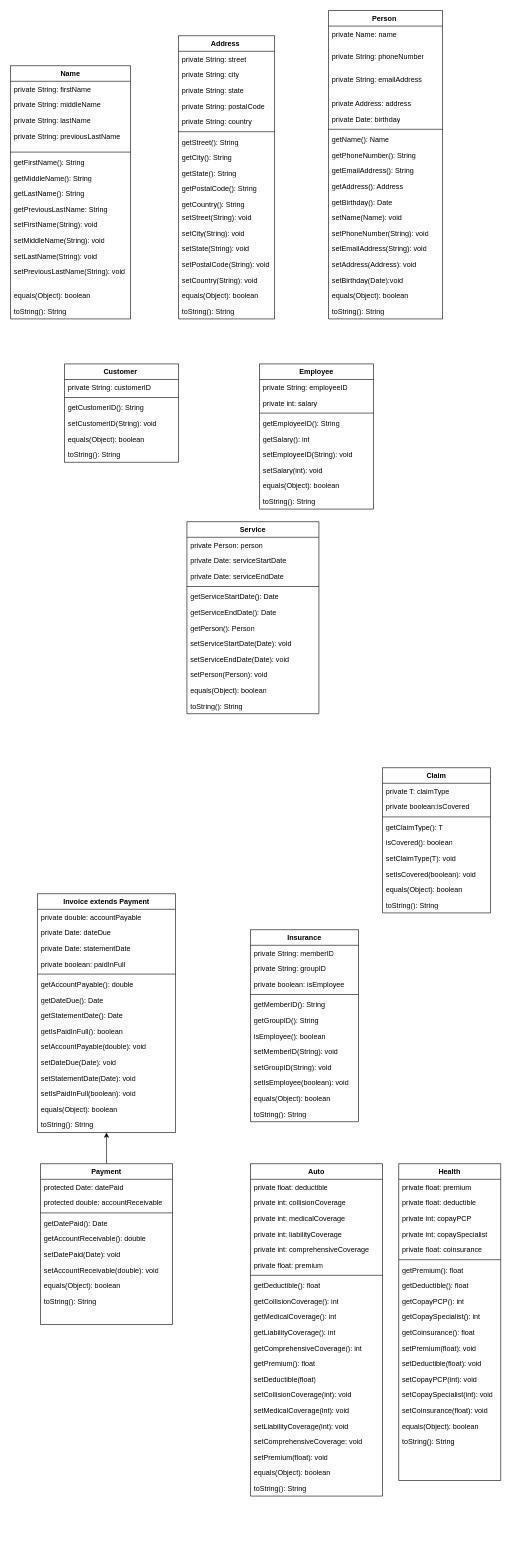
The draw.io diagram Documentation/InsuranceCompanyClassDiagram.drawio in asamczynski-solvd/InsuranceCompany, before the edit. Source tidied: cells renumbered, new cells numbered last; positions are measured from the earlier drawing's top-left corner, leaving out a move shared by most shapes. Both pictures are drawn from the tidied source at 60%, with x=0, y=0 at pixel (10, 10).
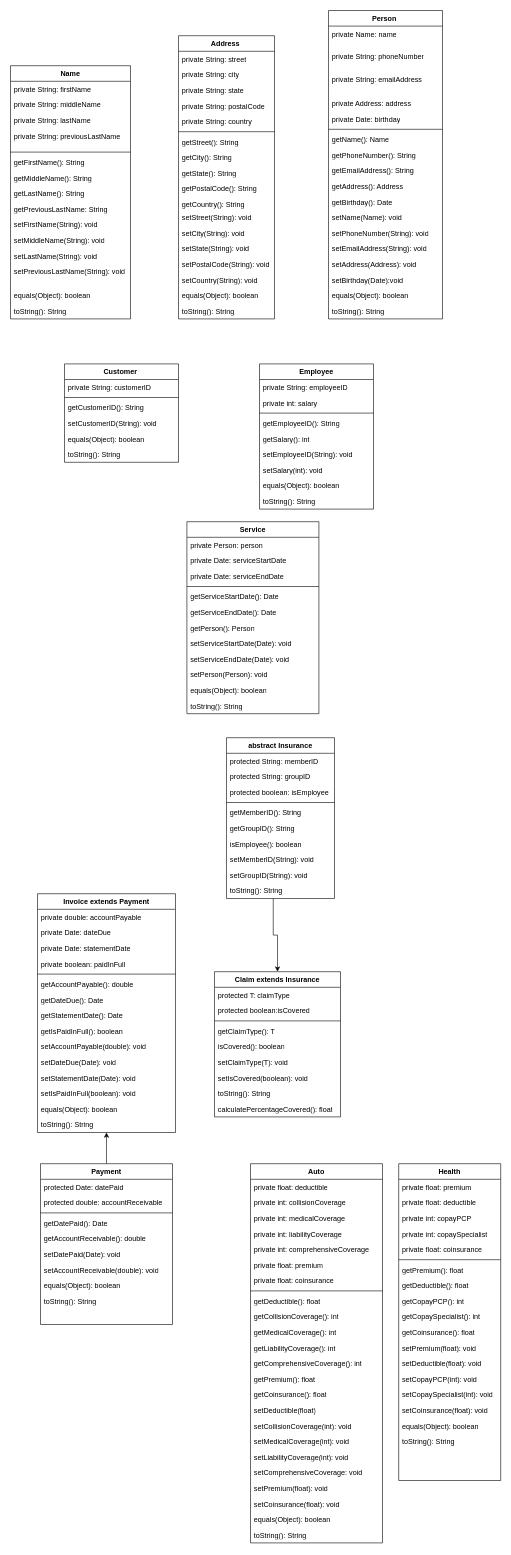
Above is the later version.

Commit message (it also covers changes not shown here):
Updated Auto, Claim, Insurance, UML and Main

What changed in the source:
```diff
@@
+    <mxCell id="180" style="edgeStyle=orthogonalEdgeStyle;rounded=0;jettySize=auto;html=1;exitX=0.433;exitY=1;exitDx=0;exitDy=0;exitPerimeter=0;" parent="1" edge="1" source="30" target="31">
+      <mxGeometry relative="1" as="geometry" />
+    </mxCell>
-    <mxCell id="18" value="Insurance" style="swimlane;fontStyle=1;align=center;verticalAlign=top;horizontal=1;startSize=26;whiteSpace=wrap;html=1;" parent="1" vertex="1">
-      <mxGeometry x="400" y="1532" width="180" height="320" as="geometry" />
+    <mxCell id="18" value="abstract Insurance" style="swimlane;fontStyle=1;align=center;verticalAlign=top;horizontal=1;startSize=26;whiteSpace=wrap;html=1;" parent="1" vertex="1">
+      <mxGeometry x="360" y="1212" width="180" height="268" as="geometry" />
     </mxCell>
-    <mxCell id="19" value="private String: memberID" style="text;strokeColor=none;fillColor=none;align=left;verticalAlign=top;spacingLeft=4;spacingRight=4;overflow=hidden;whiteSpace=wrap;html=1;" parent="18" vertex="1">
+    <mxCell id="19" value="protected String: memberID" style="text;strokeColor=none;fillColor=none;align=left;verticalAlign=top;spacingLeft=4;spacingRight=4;overflow=hidden;whiteSpace=wrap;html=1;" parent="18" vertex="1">
       <mxGeometry y="26" width="180" height="26" as="geometry" />
     </mxCell>
-    <mxCell id="20" value="private String: groupID" style="text;strokeColor=none;fillColor=none;align=left;verticalAlign=top;spacingLeft=4;spacingRight=4;overflow=hidden;whiteSpace=wrap;html=1;" parent="18" vertex="1">
+    <mxCell id="20" value="protected String: groupID" style="text;strokeColor=none;fillColor=none;align=left;verticalAlign=top;spacingLeft=4;spacingRight=4;overflow=hidden;whiteSpace=wrap;html=1;" parent="18" vertex="1">
       <mxGeometry y="52" width="180" height="26" as="geometry" />
     </mxCell>
-    <mxCell id="21" value="private boolean: isEmployee" style="text;strokeColor=none;fillColor=none;align=left;verticalAlign=top;spacingLeft=4;spacingRight=4;overflow=hidden;whiteSpace=wrap;html=1;" parent="18" vertex="1">
+    <mxCell id="21" value="protected boolean: isEmployee" style="text;strokeColor=none;fillColor=none;align=left;verticalAlign=top;spacingLeft=4;spacingRight=4;overflow=hidden;whiteSpace=wrap;html=1;" parent="18" vertex="1">
       <mxGeometry y="78" width="180" height="26" as="geometry" />
     </mxCell>
@@
-    <mxCell id="28" value="setIsEmployee(boolean): void" style="text;strokeColor=none;fillColor=none;align=left;verticalAlign=top;spacingLeft=4;spacingRight=4;overflow=hidden;whiteSpace=wrap;html=1;" parent="18" vertex="1">
-      <mxGeometry y="242" width="180" height="26" as="geometry" />
-    </mxCell>
-    <mxCell id="29" value="equals(Object): boolean" style="text;strokeColor=none;fillColor=none;align=left;verticalAlign=top;spacingLeft=4;spacingRight=4;overflow=hidden;whiteSpace=wrap;html=1;" parent="18" vertex="1">
-      <mxGeometry y="268" width="180" height="26" as="geometry" />
-    </mxCell>
     <mxCell id="30" value="toString(): String" style="text;strokeColor=none;fillColor=none;align=left;verticalAlign=top;spacingLeft=4;spacingRight=4;overflow=hidden;points=[[0,0.5],[1,0.5]];portConstraint=eastwest;whiteSpace=wrap;html=1;" parent="18" vertex="1">
-      <mxGeometry y="294" width="180" height="26" as="geometry" />
+      <mxGeometry y="242" width="180" height="26" as="geometry" />
     </mxCell>
-    <mxCell id="31" value="Claim" style="swimlane;fontStyle=1;align=center;verticalAlign=top;horizontal=1;startSize=26;whiteSpace=wrap;html=1;" parent="1" vertex="1">
-      <mxGeometry x="620" y="1262" width="180" height="242" as="geometry" />
+    <mxCell id="31" value="Claim extends Insurance" style="swimlane;fontStyle=1;align=center;verticalAlign=top;horizontal=1;startSize=26;whiteSpace=wrap;html=1;" parent="1" vertex="1">
+      <mxGeometry x="340" y="1602" width="210" height="242" as="geometry" />
     </mxCell>
-    <mxCell id="32" value="private T: claimType" style="text;strokeColor=none;fillColor=none;align=left;verticalAlign=top;spacingLeft=4;spacingRight=4;overflow=hidden;whiteSpace=wrap;html=1;" parent="31" vertex="1">
-      <mxGeometry y="26" width="180" height="26" as="geometry" />
+    <mxCell id="32" value="protected T: claimType" style="text;strokeColor=none;fillColor=none;align=left;verticalAlign=top;spacingLeft=4;spacingRight=4;overflow=hidden;whiteSpace=wrap;html=1;" parent="31" vertex="1">
+      <mxGeometry y="26" width="210" height="26" as="geometry" />
     </mxCell>
-    <mxCell id="33" value="private boolean:isCovered" style="text;strokeColor=none;fillColor=none;align=left;verticalAlign=top;spacingLeft=4;spacingRight=4;overflow=hidden;whiteSpace=wrap;html=1;" parent="31" vertex="1">
-      <mxGeometry y="52" width="180" height="26" as="geometry" />
+    <mxCell id="33" value="protected boolean:isCovered" style="text;strokeColor=none;fillColor=none;align=left;verticalAlign=top;spacingLeft=4;spacingRight=4;overflow=hidden;whiteSpace=wrap;html=1;" parent="31" vertex="1">
+      <mxGeometry y="52" width="210" height="26" as="geometry" />
     </mxCell>
     <mxCell id="34" style="line;strokeWidth=1;fillColor=none;align=left;verticalAlign=middle;spacingTop=-1;spacingLeft=3;spacingRight=3;labelPosition=right;strokeColor=inherit;" parent="31" vertex="1">
-      <mxGeometry y="78" width="180" height="8" as="geometry" />
+      <mxGeometry y="78" width="210" height="8" as="geometry" />
     </mxCell>
     <mxCell id="35" value="getClaimType(): T" style="text;strokeColor=none;fillColor=none;align=left;verticalAlign=top;spacingLeft=4;spacingRight=4;overflow=hidden;whiteSpace=wrap;html=1;" parent="31" vertex="1">
-      <mxGeometry y="86" width="180" height="26" as="geometry" />
+      <mxGeometry y="86" width="210" height="26" as="geometry" />
     </mxCell>
     <mxCell id="36" value="isCovered(): boolean" style="text;strokeColor=none;fillColor=none;align=left;verticalAlign=top;spacingLeft=4;spacingRight=4;overflow=hidden;whiteSpace=wrap;html=1;" parent="31" vertex="1">
-      <mxGeometry y="112" width="180" height="26" as="geometry" />
+      <mxGeometry y="112" width="210" height="26" as="geometry" />
     </mxCell>
     <mxCell id="37" value="setClaimType(T): void" style="text;strokeColor=none;fillColor=none;align=left;verticalAlign=top;spacingLeft=4;spacingRight=4;overflow=hidden;whiteSpace=wrap;html=1;" parent="31" vertex="1">
-      <mxGeometry y="138" width="180" height="26" as="geometry" />
+      <mxGeometry y="138" width="210" height="26" as="geometry" />
     </mxCell>
     <mxCell id="38" value="setIsCovered(boolean): void" style="text;strokeColor=none;fillColor=none;align=left;verticalAlign=top;spacingLeft=4;spacingRight=4;overflow=hidden;whiteSpace=wrap;html=1;" parent="31" vertex="1">
-      <mxGeometry y="164" width="180" height="26" as="geometry" />
+      <mxGeometry y="164" width="210" height="26" as="geometry" />
     </mxCell>
-    <mxCell id="39" value="equals(Object): boolean" style="text;strokeColor=none;fillColor=none;align=left;verticalAlign=top;spacingLeft=4;spacingRight=4;overflow=hidden;whiteSpace=wrap;html=1;" parent="31" vertex="1">
-      <mxGeometry y="190" width="180" height="26" as="geometry" />
-    </mxCell>
     <mxCell id="40" value="toString(): String" style="text;strokeColor=none;fillColor=none;align=left;verticalAlign=top;spacingLeft=4;spacingRight=4;overflow=hidden;whiteSpace=wrap;html=1;" parent="31" vertex="1">
-      <mxGeometry y="216" width="180" height="26" as="geometry" />
+      <mxGeometry y="190" width="210" height="26" as="geometry" />
     </mxCell>
+    <mxCell id="181" value="calculatePercentageCovered(): float" style="text;strokeColor=none;fillColor=none;align=left;verticalAlign=top;spacingLeft=4;spacingRight=4;overflow=hidden;whiteSpace=wrap;html=1;" parent="31" vertex="1">
+      <mxGeometry y="216" width="210" height="26" as="geometry" />
+    </mxCell>
@@
     <mxCell id="53" value="Auto" style="swimlane;fontStyle=1;align=center;verticalAlign=top;horizontal=1;startSize=26;whiteSpace=wrap;html=1;" parent="1" vertex="1">
-      <mxGeometry x="400" y="1922" width="220" height="554" as="geometry" />
+      <mxGeometry x="400" y="1922" width="220" height="632" as="geometry" />
     </mxCell>
@@
+    <mxCell id="182" value="private float: coinsurance" style="text;strokeColor=none;fillColor=none;align=left;verticalAlign=top;spacingLeft=4;spacingRight=4;overflow=hidden;whiteSpace=wrap;html=1;" parent="53" vertex="1">
+      <mxGeometry y="182" width="220" height="26" as="geometry" />
+    </mxCell>
     <mxCell id="60" style="line;strokeWidth=1;fillColor=none;align=left;verticalAlign=middle;spacingTop=-1;spacingLeft=3;spacingRight=3;labelPosition=right;strokeColor=inherit;" parent="53" vertex="1">
-      <mxGeometry y="182" width="220" height="8" as="geometry" />
+      <mxGeometry y="208" width="220" height="8" as="geometry" />
     </mxCell>
     <mxCell id="61" value="getDeductible(): float" style="text;strokeColor=none;fillColor=none;align=left;verticalAlign=top;spacingLeft=4;spacingRight=4;overflow=hidden;whiteSpace=wrap;html=1;" parent="53" vertex="1">
-      <mxGeometry y="190" width="220" height="26" as="geometry" />
+      <mxGeometry y="216" width="220" height="26" as="geometry" />
     </mxCell>
     <mxCell id="62" value="getCollisionCoverage(): int" style="text;strokeColor=none;fillColor=none;align=left;verticalAlign=top;spacingLeft=4;spacingRight=4;overflow=hidden;whiteSpace=wrap;html=1;" parent="53" vertex="1">
-      <mxGeometry y="216" width="220" height="26" as="geometry" />
+      <mxGeometry y="242" width="220" height="26" as="geometry" />
     </mxCell>
     <mxCell id="63" value="getMedicalCoverage(): int" style="text;strokeColor=none;fillColor=none;align=left;verticalAlign=top;spacingLeft=4;spacingRight=4;overflow=hidden;whiteSpace=wrap;html=1;" parent="53" vertex="1">
-      <mxGeometry y="242" width="220" height="26" as="geometry" />
+      <mxGeometry y="268" width="220" height="26" as="geometry" />
     </mxCell>
     <mxCell id="64" value="getLiabilityCoverage(): int" style="text;strokeColor=none;fillColor=none;align=left;verticalAlign=top;spacingLeft=4;spacingRight=4;overflow=hidden;whiteSpace=wrap;html=1;" parent="53" vertex="1">
-      <mxGeometry y="268" width="220" height="26" as="geometry" />
+      <mxGeometry y="294" width="220" height="26" as="geometry" />
     </mxCell>
     <mxCell id="65" value="getComprehensiveCoverage(): int" style="text;strokeColor=none;fillColor=none;align=left;verticalAlign=top;spacingLeft=4;spacingRight=4;overflow=hidden;whiteSpace=wrap;html=1;" parent="53" vertex="1">
-      <mxGeometry y="294" width="220" height="26" as="geometry" />
+      <mxGeometry y="320" width="220" height="26" as="geometry" />
     </mxCell>
     <mxCell id="66" value="getPremium(): float" style="text;strokeColor=none;fillColor=none;align=left;verticalAlign=top;spacingLeft=4;spacingRight=4;overflow=hidden;whiteSpace=wrap;html=1;" parent="53" vertex="1">
-      <mxGeometry y="320" width="220" height="26" as="geometry" />
+      <mxGeometry y="346" width="220" height="26" as="geometry" />
     </mxCell>
+    <mxCell id="183" value="getCoinsurance(): float" style="text;strokeColor=none;fillColor=none;align=left;verticalAlign=top;spacingLeft=4;spacingRight=4;overflow=hidden;whiteSpace=wrap;html=1;" parent="53" vertex="1">
+      <mxGeometry y="372" width="220" height="26" as="geometry" />
+    </mxCell>
     <mxCell id="67" value="setDeductible(float)" style="text;strokeColor=none;fillColor=none;align=left;verticalAlign=top;spacingLeft=4;spacingRight=4;overflow=hidden;whiteSpace=wrap;html=1;" parent="53" vertex="1">
-      <mxGeometry y="346" width="220" height="26" as="geometry" />
+      <mxGeometry y="398" width="220" height="26" as="geometry" />
     </mxCell>
     <mxCell id="68" value="setCollisionCoverage(int): void" style="text;strokeColor=none;fillColor=none;align=left;verticalAlign=top;spacingLeft=4;spacingRight=4;overflow=hidden;whiteSpace=wrap;html=1;" parent="53" vertex="1">
-      <mxGeometry y="372" width="220" height="26" as="geometry" />
+      <mxGeometry y="424" width="220" height="26" as="geometry" />
     </mxCell>
     <mxCell id="69" value="setMedicalCoverage(int): void" style="text;strokeColor=none;fillColor=none;align=left;verticalAlign=top;spacingLeft=4;spacingRight=4;overflow=hidden;whiteSpace=wrap;html=1;" parent="53" vertex="1">
-      <mxGeometry y="398" width="220" height="26" as="geometry" />
+      <mxGeometry y="450" width="220" height="26" as="geometry" />
     </mxCell>
     <mxCell id="70" value="setLiabilityCoverage(int): void" style="text;strokeColor=none;fillColor=none;align=left;verticalAlign=top;spacingLeft=4;spacingRight=4;overflow=hidden;whiteSpace=wrap;html=1;" parent="53" vertex="1">
-      <mxGeometry y="424" width="220" height="26" as="geometry" />
+      <mxGeometry y="476" width="220" height="26" as="geometry" />
     </mxCell>
     <mxCell id="71" value="setComprehensiveCoverage: void" style="text;strokeColor=none;fillColor=none;align=left;verticalAlign=top;spacingLeft=4;spacingRight=4;overflow=hidden;whiteSpace=wrap;html=1;" parent="53" vertex="1">
-      <mxGeometry y="450" width="220" height="26" as="geometry" />
+      <mxGeometry y="502" width="220" height="26" as="geometry" />
     </mxCell>
     <mxCell id="72" value="setPremium(float): void" style="text;strokeColor=none;fillColor=none;align=left;verticalAlign=top;spacingLeft=4;spacingRight=4;overflow=hidden;whiteSpace=wrap;html=1;" parent="53" vertex="1">
-      <mxGeometry y="476" width="220" height="26" as="geometry" />
+      <mxGeometry y="528" width="220" height="26" as="geometry" />
     </mxCell>
+    <mxCell id="184" value="setCoinsurance(float): void" style="text;strokeColor=none;fillColor=none;align=left;verticalAlign=top;spacingLeft=4;spacingRight=4;overflow=hidden;whiteSpace=wrap;html=1;" parent="53" vertex="1">
+      <mxGeometry y="554" width="220" height="26" as="geometry" />
+    </mxCell>
     <mxCell id="73" value="equals(Object): boolean" style="text;strokeColor=none;fillColor=none;align=left;verticalAlign=top;spacingLeft=4;spacingRight=4;overflow=hidden;whiteSpace=wrap;html=1;" parent="53" vertex="1">
-      <mxGeometry y="502" width="220" height="26" as="geometry" />
+      <mxGeometry y="580" width="220" height="26" as="geometry" />
     </mxCell>
     <mxCell id="74" value="toString(): String" style="text;strokeColor=none;fillColor=none;align=left;verticalAlign=top;spacingLeft=4;spacingRight=4;overflow=hidden;whiteSpace=wrap;html=1;" parent="53" vertex="1">
-      <mxGeometry y="528" width="220" height="26" as="geometry" />
+      <mxGeometry y="606" width="220" height="26" as="geometry" />
     </mxCell>
```
